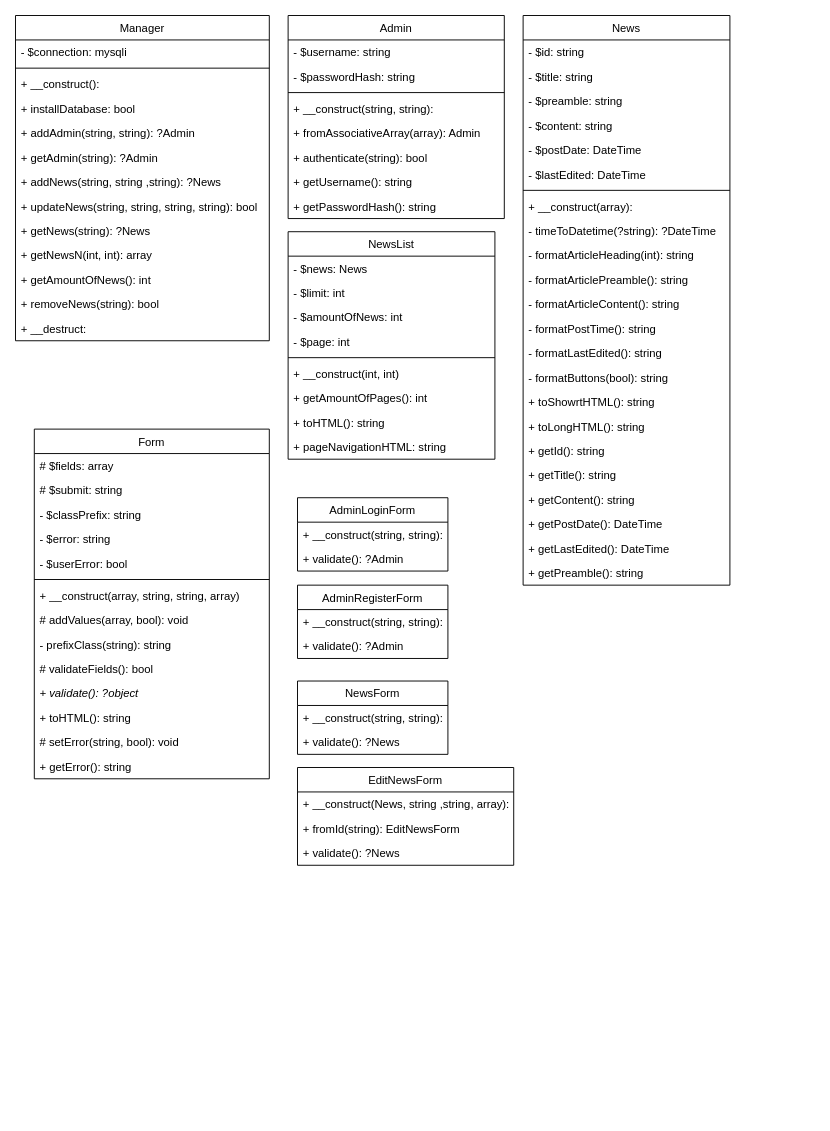
Earlier version of the draw.io diagram webbutveckling/Webbutveckling2/Moment/Moment3/UML.drawio (EliasEriksson/miun). Source tidied: cells renumbered, new cells numbered last; positions are measured from the earlier drawing's top-left corner, leaving out a move shared by most shapes. Both pictures are drawn from the tidied source at 94%, with x=0, y=0 at pixel (15, 15).
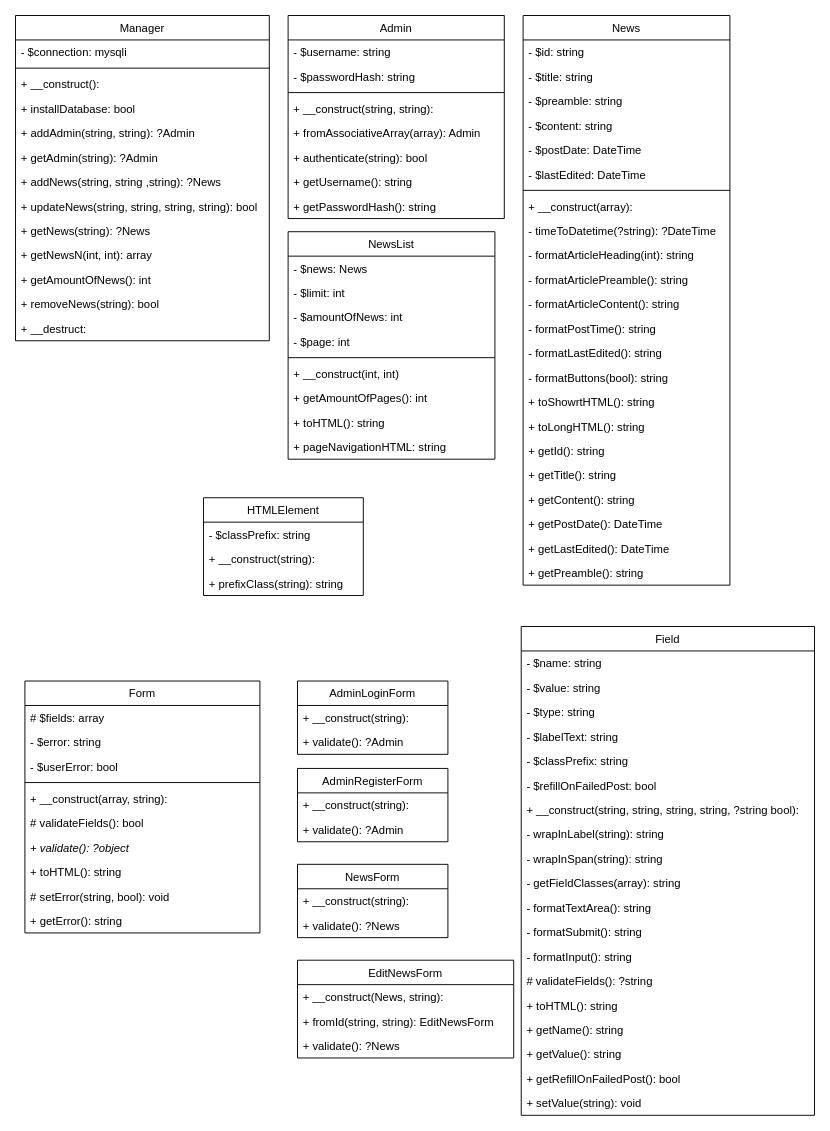
Above is the later version.

The edit, as a diff of the source:
```diff
@@
     <mxCell id="59" value="Form" style="swimlane;fontStyle=0;horizontal=1;startSize=26;fillColor=none;" parent="1" vertex="1">
-      <mxGeometry x="20" y="440" width="250" height="372" as="geometry" />
+      <mxGeometry x="10" y="708" width="250" height="268" as="geometry" />
     </mxCell>
@@
-    <mxCell id="61" value="# $submit: string" style="text;strokeColor=none;fillColor=none;align=left;verticalAlign=top;spacingLeft=4;spacingRight=4;overflow=hidden;" parent="59" vertex="1">
-      <mxGeometry y="52" width="250" height="26" as="geometry" />
-    </mxCell>
-    <mxCell id="62" value="- $classPrefix: string" style="text;strokeColor=none;fillColor=none;align=left;verticalAlign=top;spacingLeft=4;spacingRight=4;overflow=hidden;" parent="59" vertex="1">
-      <mxGeometry y="78" width="250" height="26" as="geometry" />
-    </mxCell>
     <mxCell id="63" value="- $error: string" style="text;strokeColor=none;fillColor=none;align=left;verticalAlign=top;spacingLeft=4;spacingRight=4;overflow=hidden;" parent="59" vertex="1">
-      <mxGeometry y="104" width="250" height="26" as="geometry" />
+      <mxGeometry y="52" width="250" height="26" as="geometry" />
     </mxCell>
     <mxCell id="64" value="- $userError: bool" style="text;strokeColor=none;fillColor=none;align=left;verticalAlign=top;spacingLeft=4;spacingRight=4;overflow=hidden;" parent="59" vertex="1">
-      <mxGeometry y="130" width="250" height="26" as="geometry" />
+      <mxGeometry y="78" width="250" height="26" as="geometry" />
     </mxCell>
     <mxCell id="65" style="line;strokeWidth=1;fillColor=none;align=left;verticalAlign=middle;spacingTop=-1;spacingLeft=3;spacingRight=3;labelPosition=right;" parent="59" vertex="1">
-      <mxGeometry y="156" width="250" height="8" as="geometry" />
+      <mxGeometry y="104" width="250" height="8" as="geometry" />
     </mxCell>
-    <mxCell id="66" value="+ __construct(array, string, string, array)" style="text;strokeColor=none;fillColor=none;align=left;verticalAlign=top;spacingLeft=4;spacingRight=4;overflow=hidden;" parent="59" vertex="1">
-      <mxGeometry y="164" width="250" height="26" as="geometry" />
+    <mxCell id="66" value="+ __construct(array, string):" style="text;strokeColor=none;fillColor=none;align=left;verticalAlign=top;spacingLeft=4;spacingRight=4;overflow=hidden;" parent="59" vertex="1">
+      <mxGeometry y="112" width="250" height="26" as="geometry" />
     </mxCell>
-    <mxCell id="67" value="# addValues(array, bool): void" style="text;strokeColor=none;fillColor=none;align=left;verticalAlign=top;spacingLeft=4;spacingRight=4;overflow=hidden;" parent="59" vertex="1">
-      <mxGeometry y="190" width="250" height="26" as="geometry" />
-    </mxCell>
-    <mxCell id="68" value="- prefixClass(string): string" style="text;strokeColor=none;fillColor=none;align=left;verticalAlign=top;spacingLeft=4;spacingRight=4;overflow=hidden;" parent="59" vertex="1">
-      <mxGeometry y="216" width="250" height="26" as="geometry" />
-    </mxCell>
     <mxCell id="69" value="# validateFields(): bool" style="text;strokeColor=none;fillColor=none;align=left;verticalAlign=top;spacingLeft=4;spacingRight=4;overflow=hidden;" parent="59" vertex="1">
-      <mxGeometry y="242" width="250" height="26" as="geometry" />
+      <mxGeometry y="138" width="250" height="26" as="geometry" />
     </mxCell>
     <mxCell id="70" value="+ validate(): ?object" style="text;strokeColor=none;fillColor=none;align=left;verticalAlign=top;spacingLeft=4;spacingRight=4;overflow=hidden;fontStyle=2;" parent="59" vertex="1">
-      <mxGeometry y="268" width="250" height="26" as="geometry" />
+      <mxGeometry y="164" width="250" height="26" as="geometry" />
     </mxCell>
     <mxCell id="71" value="+ toHTML(): string" style="text;strokeColor=none;fillColor=none;align=left;verticalAlign=top;spacingLeft=4;spacingRight=4;overflow=hidden;" parent="59" vertex="1">
-      <mxGeometry y="294" width="250" height="26" as="geometry" />
+      <mxGeometry y="190" width="250" height="26" as="geometry" />
     </mxCell>
     <mxCell id="72" value="# setError(string, bool): void" style="text;strokeColor=none;fillColor=none;align=left;verticalAlign=top;spacingLeft=4;spacingRight=4;overflow=hidden;" parent="59" vertex="1">
-      <mxGeometry y="320" width="250" height="26" as="geometry" />
+      <mxGeometry y="216" width="250" height="26" as="geometry" />
     </mxCell>
     <mxCell id="73" value="+ getError(): string" style="text;strokeColor=none;fillColor=none;align=left;verticalAlign=top;spacingLeft=4;spacingRight=4;overflow=hidden;" parent="59" vertex="1">
-      <mxGeometry y="346" width="250" height="26" as="geometry" />
+      <mxGeometry y="242" width="250" height="26" as="geometry" />
     </mxCell>
     <mxCell id="74" value="AdminLoginForm" style="swimlane;fontStyle=0;horizontal=1;startSize=26;fillColor=none;" parent="1" vertex="1">
-      <mxGeometry x="300" y="513" width="160" height="78" as="geometry" />
+      <mxGeometry x="300" y="708" width="160" height="78" as="geometry" />
     </mxCell>
-    <mxCell id="75" value="+ __construct(string, string):" style="text;strokeColor=none;fillColor=none;align=left;verticalAlign=top;spacingLeft=4;spacingRight=4;overflow=hidden;" parent="74" vertex="1">
+    <mxCell id="75" value="+ __construct(string):" style="text;strokeColor=none;fillColor=none;align=left;verticalAlign=top;spacingLeft=4;spacingRight=4;overflow=hidden;" parent="74" vertex="1">
       <mxGeometry y="26" width="160" height="26" as="geometry" />
     </mxCell>
@@
     <mxCell id="77" value="AdminRegisterForm" style="swimlane;fontStyle=0;horizontal=1;startSize=26;fillColor=none;" parent="1" vertex="1">
-      <mxGeometry x="300" y="606" width="160" height="78" as="geometry" />
+      <mxGeometry x="300" y="801" width="160" height="78" as="geometry" />
     </mxCell>
-    <mxCell id="78" value="+ __construct(string, string):" style="text;strokeColor=none;fillColor=none;align=left;verticalAlign=top;spacingLeft=4;spacingRight=4;overflow=hidden;" parent="77" vertex="1">
+    <mxCell id="78" value="+ __construct(string):" style="text;strokeColor=none;fillColor=none;align=left;verticalAlign=top;spacingLeft=4;spacingRight=4;overflow=hidden;" parent="77" vertex="1">
       <mxGeometry y="26" width="160" height="26" as="geometry" />
     </mxCell>
@@
     <mxCell id="80" value="NewsForm" style="swimlane;fontStyle=0;horizontal=1;startSize=26;fillColor=none;" parent="1" vertex="1">
-      <mxGeometry x="300" y="708" width="160" height="78" as="geometry" />
+      <mxGeometry x="300" y="903" width="160" height="78" as="geometry" />
     </mxCell>
-    <mxCell id="81" value="+ __construct(string, string):" style="text;strokeColor=none;fillColor=none;align=left;verticalAlign=top;spacingLeft=4;spacingRight=4;overflow=hidden;" parent="80" vertex="1">
+    <mxCell id="81" value="+ __construct(string):" style="text;strokeColor=none;fillColor=none;align=left;verticalAlign=top;spacingLeft=4;spacingRight=4;overflow=hidden;" parent="80" vertex="1">
       <mxGeometry y="26" width="160" height="26" as="geometry" />
     </mxCell>
@@
     <mxCell id="83" value="EditNewsForm" style="swimlane;fontStyle=0;horizontal=1;startSize=26;fillColor=none;" parent="1" vertex="1">
-      <mxGeometry x="300" y="800" width="230" height="104" as="geometry" />
+      <mxGeometry x="300" y="1005" width="230" height="104" as="geometry" />
     </mxCell>
-    <mxCell id="84" value="+ __construct(News, string ,string, array):" style="text;strokeColor=none;fillColor=none;align=left;verticalAlign=top;spacingLeft=4;spacingRight=4;overflow=hidden;" parent="83" vertex="1">
+    <mxCell id="84" value="+ __construct(News, string):" style="text;strokeColor=none;fillColor=none;align=left;verticalAlign=top;spacingLeft=4;spacingRight=4;overflow=hidden;" parent="83" vertex="1">
       <mxGeometry y="26" width="230" height="26" as="geometry" />
     </mxCell>
-    <mxCell id="85" value="+ fromId(string): EditNewsForm" style="text;strokeColor=none;fillColor=none;align=left;verticalAlign=top;spacingLeft=4;spacingRight=4;overflow=hidden;" parent="83" vertex="1">
+    <mxCell id="85" value="+ fromId(string, string): EditNewsForm" style="text;strokeColor=none;fillColor=none;align=left;verticalAlign=top;spacingLeft=4;spacingRight=4;overflow=hidden;" parent="83" vertex="1">
       <mxGeometry y="52" width="230" height="26" as="geometry" />
     </mxCell>
@@
+    <mxCell id="87" value="HTMLElement" style="swimlane;fontStyle=0;horizontal=1;startSize=26;fillColor=none;" parent="1" vertex="1">
+      <mxGeometry x="200" y="513" width="170" height="104" as="geometry" />
+    </mxCell>
+    <mxCell id="88" value="- $classPrefix: string" style="text;strokeColor=none;fillColor=none;align=left;verticalAlign=top;spacingLeft=4;spacingRight=4;overflow=hidden;" parent="87" vertex="1">
+      <mxGeometry y="26" width="170" height="26" as="geometry" />
+    </mxCell>
+    <mxCell id="89" value="+ __construct(string):" style="text;strokeColor=none;fillColor=none;align=left;verticalAlign=top;spacingLeft=4;spacingRight=4;overflow=hidden;" parent="87" vertex="1">
+      <mxGeometry y="52" width="170" height="26" as="geometry" />
+    </mxCell>
+    <mxCell id="90" value="+ prefixClass(string): string" style="text;strokeColor=none;fillColor=none;align=left;verticalAlign=top;spacingLeft=4;spacingRight=4;overflow=hidden;" parent="87" vertex="1">
+      <mxGeometry y="78" width="170" height="26" as="geometry" />
+    </mxCell>
+    <mxCell id="91" value="Field" style="swimlane;fontStyle=0;horizontal=1;startSize=26;fillColor=none;" parent="1" vertex="1">
+      <mxGeometry x="538" y="650" width="312" height="520" as="geometry" />
+    </mxCell>
+    <mxCell id="92" value="- $name: string" style="text;strokeColor=none;fillColor=none;align=left;verticalAlign=top;spacingLeft=4;spacingRight=4;overflow=hidden;" parent="91" vertex="1">
+      <mxGeometry y="26" width="312" height="26" as="geometry" />
+    </mxCell>
+    <mxCell id="93" value="- $value: string" style="text;strokeColor=none;fillColor=none;align=left;verticalAlign=top;spacingLeft=4;spacingRight=4;overflow=hidden;" parent="91" vertex="1">
+      <mxGeometry y="52" width="312" height="26" as="geometry" />
+    </mxCell>
+    <mxCell id="94" value="- $type: string" style="text;strokeColor=none;fillColor=none;align=left;verticalAlign=top;spacingLeft=4;spacingRight=4;overflow=hidden;" parent="91" vertex="1">
+      <mxGeometry y="78" width="312" height="26" as="geometry" />
+    </mxCell>
+    <mxCell id="95" value="- $labelText: string" style="text;strokeColor=none;fillColor=none;align=left;verticalAlign=top;spacingLeft=4;spacingRight=4;overflow=hidden;" parent="91" vertex="1">
+      <mxGeometry y="104" width="312" height="26" as="geometry" />
+    </mxCell>
+    <mxCell id="96" value="- $classPrefix: string" style="text;strokeColor=none;fillColor=none;align=left;verticalAlign=top;spacingLeft=4;spacingRight=4;overflow=hidden;" parent="91" vertex="1">
+      <mxGeometry y="130" width="312" height="26" as="geometry" />
+    </mxCell>
+    <mxCell id="97" value="- $refillOnFailedPost: bool" style="text;strokeColor=none;fillColor=none;align=left;verticalAlign=top;spacingLeft=4;spacingRight=4;overflow=hidden;" parent="91" vertex="1">
+      <mxGeometry y="156" width="312" height="26" as="geometry" />
+    </mxCell>
+    <mxCell id="98" value="+ __construct(string, string, string, string, ?string bool):" style="text;strokeColor=none;fillColor=none;align=left;verticalAlign=top;spacingLeft=4;spacingRight=4;overflow=hidden;" parent="91" vertex="1">
+      <mxGeometry y="182" width="312" height="26" as="geometry" />
+    </mxCell>
+    <mxCell id="99" value="- wrapInLabel(string): string" style="text;strokeColor=none;fillColor=none;align=left;verticalAlign=top;spacingLeft=4;spacingRight=4;overflow=hidden;" parent="91" vertex="1">
+      <mxGeometry y="208" width="312" height="26" as="geometry" />
+    </mxCell>
+    <mxCell id="100" value="- wrapInSpan(string): string" style="text;strokeColor=none;fillColor=none;align=left;verticalAlign=top;spacingLeft=4;spacingRight=4;overflow=hidden;" parent="91" vertex="1">
+      <mxGeometry y="234" width="312" height="26" as="geometry" />
+    </mxCell>
+    <mxCell id="101" value="- getFieldClasses(array): string" style="text;strokeColor=none;fillColor=none;align=left;verticalAlign=top;spacingLeft=4;spacingRight=4;overflow=hidden;" parent="91" vertex="1">
+      <mxGeometry y="260" width="312" height="26" as="geometry" />
+    </mxCell>
+    <mxCell id="102" value="- formatTextArea(): string" style="text;strokeColor=none;fillColor=none;align=left;verticalAlign=top;spacingLeft=4;spacingRight=4;overflow=hidden;" parent="91" vertex="1">
+      <mxGeometry y="286" width="312" height="26" as="geometry" />
+    </mxCell>
+    <mxCell id="103" value="- formatSubmit(): string" style="text;strokeColor=none;fillColor=none;align=left;verticalAlign=top;spacingLeft=4;spacingRight=4;overflow=hidden;" parent="91" vertex="1">
+      <mxGeometry y="312" width="312" height="26" as="geometry" />
+    </mxCell>
+    <mxCell id="104" value="- formatInput(): string" style="text;strokeColor=none;fillColor=none;align=left;verticalAlign=top;spacingLeft=4;spacingRight=4;overflow=hidden;" parent="91" vertex="1">
+      <mxGeometry y="338" width="312" height="26" as="geometry" />
+    </mxCell>
+    <mxCell id="105" value="# validateFields(): ?string" style="text;strokeColor=none;fillColor=none;align=left;verticalAlign=top;spacingLeft=4;spacingRight=4;overflow=hidden;" parent="91" vertex="1">
+      <mxGeometry y="364" width="312" height="26" as="geometry" />
+    </mxCell>
+    <mxCell id="106" value="+ toHTML(): string" style="text;strokeColor=none;fillColor=none;align=left;verticalAlign=top;spacingLeft=4;spacingRight=4;overflow=hidden;" parent="91" vertex="1">
+      <mxGeometry y="390" width="312" height="26" as="geometry" />
+    </mxCell>
+    <mxCell id="107" value="+ getName(): string" style="text;strokeColor=none;fillColor=none;align=left;verticalAlign=top;spacingLeft=4;spacingRight=4;overflow=hidden;" parent="91" vertex="1">
+      <mxGeometry y="416" width="312" height="26" as="geometry" />
+    </mxCell>
+    <mxCell id="108" value="+ getValue(): string" style="text;strokeColor=none;fillColor=none;align=left;verticalAlign=top;spacingLeft=4;spacingRight=4;overflow=hidden;" parent="91" vertex="1">
+      <mxGeometry y="442" width="312" height="26" as="geometry" />
+    </mxCell>
+    <mxCell id="109" value="+ getRefillOnFailedPost(): bool" style="text;strokeColor=none;fillColor=none;align=left;verticalAlign=top;spacingLeft=4;spacingRight=4;overflow=hidden;" parent="91" vertex="1">
+      <mxGeometry y="468" width="312" height="26" as="geometry" />
+    </mxCell>
+    <mxCell id="110" value="+ setValue(string): void" style="text;strokeColor=none;fillColor=none;align=left;verticalAlign=top;spacingLeft=4;spacingRight=4;overflow=hidden;" parent="91" vertex="1">
+      <mxGeometry y="494" width="312" height="26" as="geometry" />
+    </mxCell>
```
